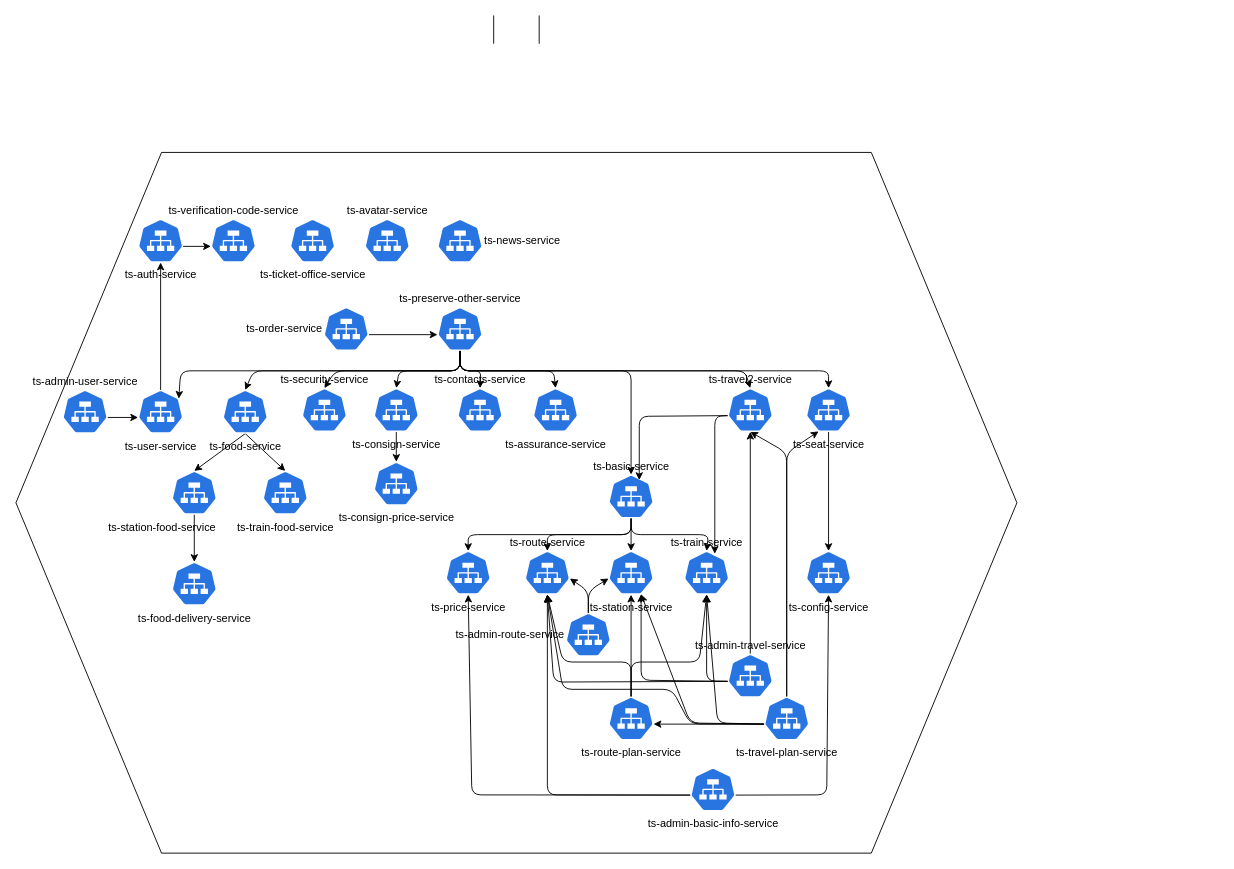
This is deployment/docs/architecture.drawio from azinneera/train-ticket, a draw.io file, before an edit. Source tidied: cells renumbered, new cells numbered last; positions are measured from the earlier drawing's top-left corner, leaving out a move shared by most shapes. Both pictures are drawn from the tidied source at 91%, with x=0, y=0 at pixel (15, 15).
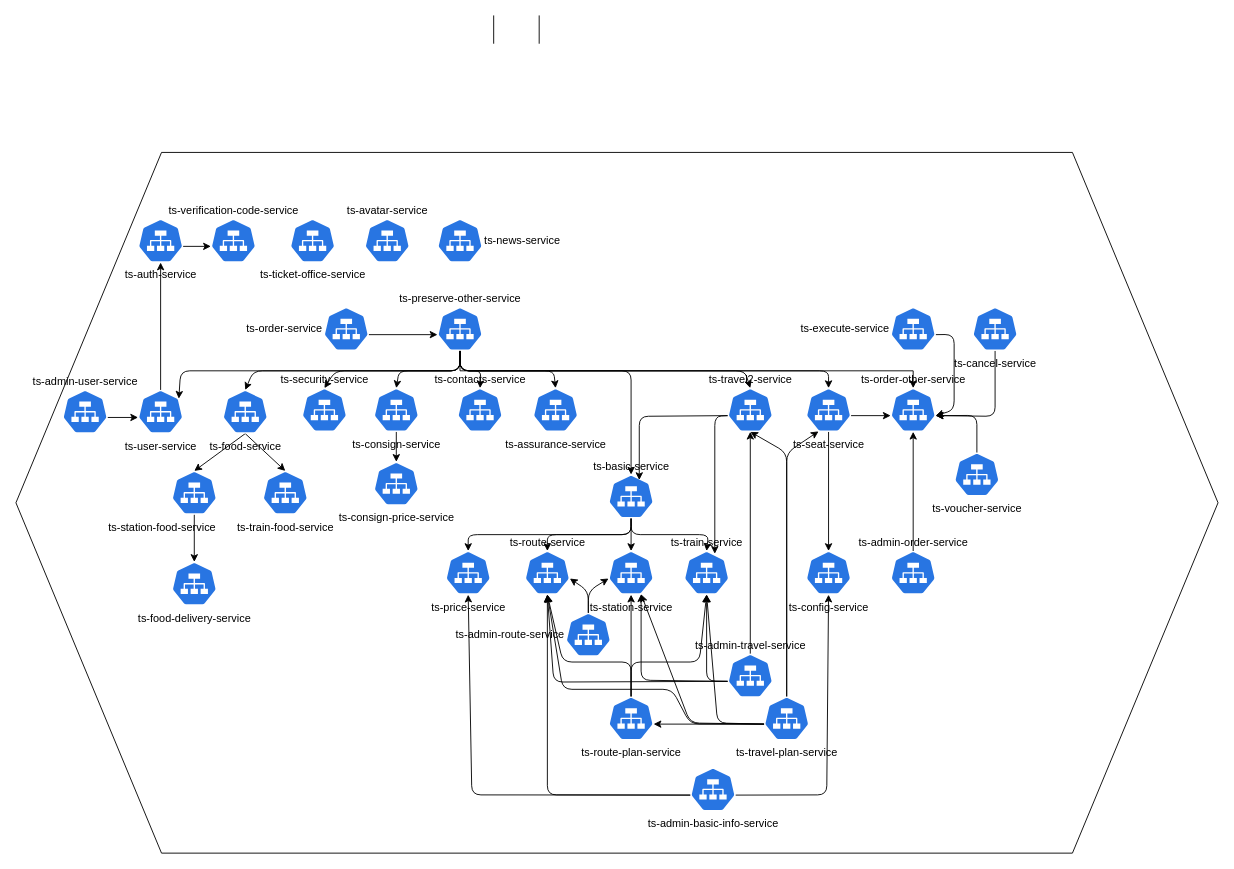
The same page after the edit.

Commit message (it also covers changes not shown here):
Add order other loop

The change refers to these unchanged cells:
```xml
<mxCell id="16" value="ts-preserve-other-service" style="sketch=0;html=1;dashed=0;whitespace=wrap;fillColor=#2875E2;strokeColor=#ffffff;points=[[0.005,0.63,0],[0.1,0.2,0],[0.9,0.2,0],[0.5,0,0],[0.995,0.63,0],[0.72,0.99,0],[0.5,1,0],[0.28,0.99,0]];verticalLabelPosition=top;align=center;verticalAlign=bottom;shape=mxgraph.kubernetes.icon;prIcon=svc;labelPosition=center;" parent="1" vertex="1">
  <mxGeometry x="463" y="320" width="50" height="48" as="geometry" />
</mxCell>
<mxCell id="75" value="ts-seat-service" style="sketch=0;html=1;dashed=0;whitespace=wrap;fillColor=#2875E2;strokeColor=#ffffff;points=[[0.005,0.63,0],[0.1,0.2,0],[0.9,0.2,0],[0.5,0,0],[0.995,0.63,0],[0.72,0.99,0],[0.5,1,0],[0.28,0.99,0]];verticalLabelPosition=bottom;align=center;verticalAlign=top;shape=mxgraph.kubernetes.icon;prIcon=svc;labelPosition=center;" parent="1" vertex="1">
  <mxGeometry x="868" y="409" width="50" height="48" as="geometry" />
</mxCell>
<mxCell id="76" value="ts-config-service" style="sketch=0;html=1;dashed=0;whitespace=wrap;fillColor=#2875E2;strokeColor=#ffffff;points=[[0.005,0.63,0],[0.1,0.2,0],[0.9,0.2,0],[0.5,0,0],[0.995,0.63,0],[0.72,0.99,0],[0.5,1,0],[0.28,0.99,0]];verticalLabelPosition=bottom;align=center;verticalAlign=top;shape=mxgraph.kubernetes.icon;prIcon=svc;labelPosition=center;" parent="1" vertex="1">
  <mxGeometry x="868" y="588" width="50" height="48" as="geometry" />
</mxCell>
```

Change to the diagram source:
```diff
@@
     <mxCell id="2" style="shape=hexagon;perimeter=hexagonPerimeter2;whiteSpace=wrap;html=1;fixedSize=1;size=160;" parent="1" vertex="1">
-      <mxGeometry y="150" width="1100" height="770" as="geometry" />
+      <mxGeometry y="150" width="1321" height="770" as="geometry" />
     </mxCell>
@@
+    <mxCell id="77" style="edgeStyle=none;rounded=0;html=1;exitX=0.5;exitY=1;exitDx=0;exitDy=0;exitPerimeter=0;entryX=0.5;entryY=0;entryDx=0;entryDy=0;entryPerimeter=0;" parent="1" edge="1" source="16" target="79">
+      <mxGeometry relative="1" as="geometry">
+        <Array as="points">
+          <mxPoint x="488" y="390" />
+          <mxPoint x="986" y="390" />
+        </Array>
+      </mxGeometry>
+    </mxCell>
@@
+    <mxCell id="78" style="edgeStyle=none;rounded=1;html=1;exitX=0.995;exitY=0.63;exitDx=0;exitDy=0;exitPerimeter=0;entryX=0.005;entryY=0.63;entryDx=0;entryDy=0;entryPerimeter=0;" parent="1" edge="1" source="75" target="79">
+      <mxGeometry relative="1" as="geometry" />
+    </mxCell>
-    <mxCell id="74" style="edgeStyle=none;html=1;exitX=0.5;exitY=1;exitDx=0;exitDy=0;exitPerimeter=0;entryX=0.5;entryY=0;entryDx=0;entryDy=0;entryPerimeter=0;" parent="1" edge="1" source="75" target="76">
+    <mxCell id="74" style="edgeStyle=none;rounded=1;html=1;exitX=0.5;exitY=1;exitDx=0;exitDy=0;exitPerimeter=0;entryX=0.5;entryY=0;entryDx=0;entryDy=0;entryPerimeter=0;" parent="1" edge="1" source="75" target="76">
       <mxGeometry relative="1" as="geometry" />
     </mxCell>
@@
+    <mxCell id="79" value="ts-order-other-service" style="sketch=0;html=1;dashed=0;whitespace=wrap;fillColor=#2875E2;strokeColor=#ffffff;points=[[0.005,0.63,0],[0.1,0.2,0],[0.9,0.2,0],[0.5,0,0],[0.995,0.63,0],[0.72,0.99,0],[0.5,1,0],[0.28,0.99,0]];verticalLabelPosition=top;align=center;verticalAlign=bottom;shape=mxgraph.kubernetes.icon;prIcon=svc;labelPosition=center;" parent="1" vertex="1">
+      <mxGeometry x="961" y="409" width="50" height="48" as="geometry" />
+    </mxCell>
+    <mxCell id="80" style="edgeStyle=none;rounded=1;html=1;exitX=0.5;exitY=0;exitDx=0;exitDy=0;exitPerimeter=0;entryX=0.5;entryY=1;entryDx=0;entryDy=0;entryPerimeter=0;" parent="1" edge="1" source="81" target="79">
+      <mxGeometry relative="1" as="geometry" />
+    </mxCell>
+    <mxCell id="81" value="ts-admin-order-service" style="sketch=0;html=1;dashed=0;whitespace=wrap;fillColor=#2875E2;strokeColor=#ffffff;points=[[0.005,0.63,0],[0.1,0.2,0],[0.9,0.2,0],[0.5,0,0],[0.995,0.63,0],[0.72,0.99,0],[0.5,1,0],[0.28,0.99,0]];verticalLabelPosition=top;align=center;verticalAlign=bottom;shape=mxgraph.kubernetes.icon;prIcon=svc;labelPosition=center;" parent="1" vertex="1">
+      <mxGeometry x="961" y="588" width="50" height="48" as="geometry" />
+    </mxCell>
+    <mxCell id="82" style="edgeStyle=none;rounded=1;html=1;exitX=0.995;exitY=0.63;exitDx=0;exitDy=0;exitPerimeter=0;entryX=0.995;entryY=0.63;entryDx=0;entryDy=0;entryPerimeter=0;" parent="1" edge="1" source="83" target="79">
+      <mxGeometry relative="1" as="geometry">
+        <Array as="points">
+          <mxPoint x="1031" y="350" />
+          <mxPoint x="1031" y="433" />
+        </Array>
+      </mxGeometry>
+    </mxCell>
+    <mxCell id="83" value="ts-execute-service" style="sketch=0;html=1;dashed=0;whitespace=wrap;fillColor=#2875E2;strokeColor=#ffffff;points=[[0.005,0.63,0],[0.1,0.2,0],[0.9,0.2,0],[0.5,0,0],[0.995,0.63,0],[0.72,0.99,0],[0.5,1,0],[0.28,0.99,0]];verticalLabelPosition=middle;align=right;verticalAlign=middle;shape=mxgraph.kubernetes.icon;prIcon=svc;labelPosition=left;" parent="1" vertex="1">
+      <mxGeometry x="961" y="320" width="50" height="48" as="geometry" />
+    </mxCell>
+    <mxCell id="84" style="edgeStyle=none;rounded=1;html=1;exitX=0.5;exitY=1;exitDx=0;exitDy=0;exitPerimeter=0;entryX=0.995;entryY=0.63;entryDx=0;entryDy=0;entryPerimeter=0;" parent="1" edge="1" source="85" target="79">
+      <mxGeometry relative="1" as="geometry">
+        <Array as="points">
+          <mxPoint x="1076" y="440" />
+        </Array>
+      </mxGeometry>
+    </mxCell>
+    <mxCell id="85" value="ts-cancel-service" style="sketch=0;html=1;dashed=0;whitespace=wrap;fillColor=#2875E2;strokeColor=#ffffff;points=[[0.005,0.63,0],[0.1,0.2,0],[0.9,0.2,0],[0.5,0,0],[0.995,0.63,0],[0.72,0.99,0],[0.5,1,0],[0.28,0.99,0]];verticalLabelPosition=bottom;align=center;verticalAlign=top;shape=mxgraph.kubernetes.icon;prIcon=svc;labelPosition=center;" parent="1" vertex="1">
+      <mxGeometry x="1051" y="320" width="50" height="48" as="geometry" />
+    </mxCell>
+    <mxCell id="86" style="edgeStyle=none;rounded=1;html=1;exitX=0.5;exitY=0;exitDx=0;exitDy=0;exitPerimeter=0;entryX=0.995;entryY=0.63;entryDx=0;entryDy=0;entryPerimeter=0;" parent="1" edge="1" source="87" target="79">
+      <mxGeometry relative="1" as="geometry">
+        <Array as="points">
+          <mxPoint x="1056" y="439" />
+        </Array>
+      </mxGeometry>
+    </mxCell>
+    <mxCell id="87" value="ts-voucher-service" style="sketch=0;html=1;dashed=0;whitespace=wrap;fillColor=#2875E2;strokeColor=#ffffff;points=[[0.005,0.63,0],[0.1,0.2,0],[0.9,0.2,0],[0.5,0,0],[0.995,0.63,0],[0.72,0.99,0],[0.5,1,0],[0.28,0.99,0]];verticalLabelPosition=bottom;align=center;verticalAlign=top;shape=mxgraph.kubernetes.icon;prIcon=svc;labelPosition=center;" parent="1" vertex="1">
+      <mxGeometry x="1031" y="480" width="50" height="48" as="geometry" />
+    </mxCell>
```
